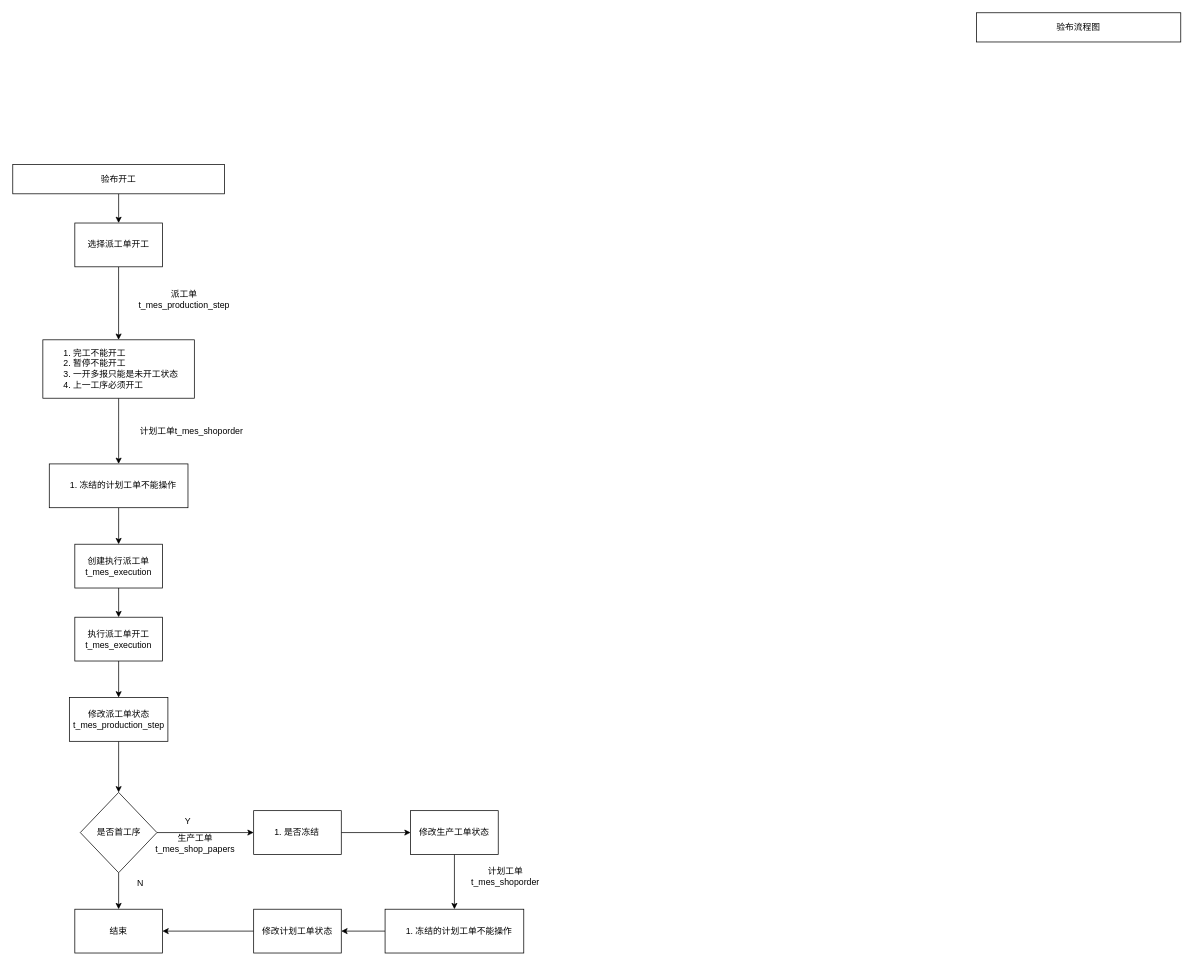
fan-ga/flowChart keeps this draw.io diagram as 验布流程图.drawio. Above is the earlier version. Source tidied: cells renumbered, new cells numbered last; positions are measured from the earlier drawing's top-left corner, leaving out a move shared by most shapes. Both pictures are drawn from the tidied source at 73%, with x=0, y=0 at pixel (12, 12).
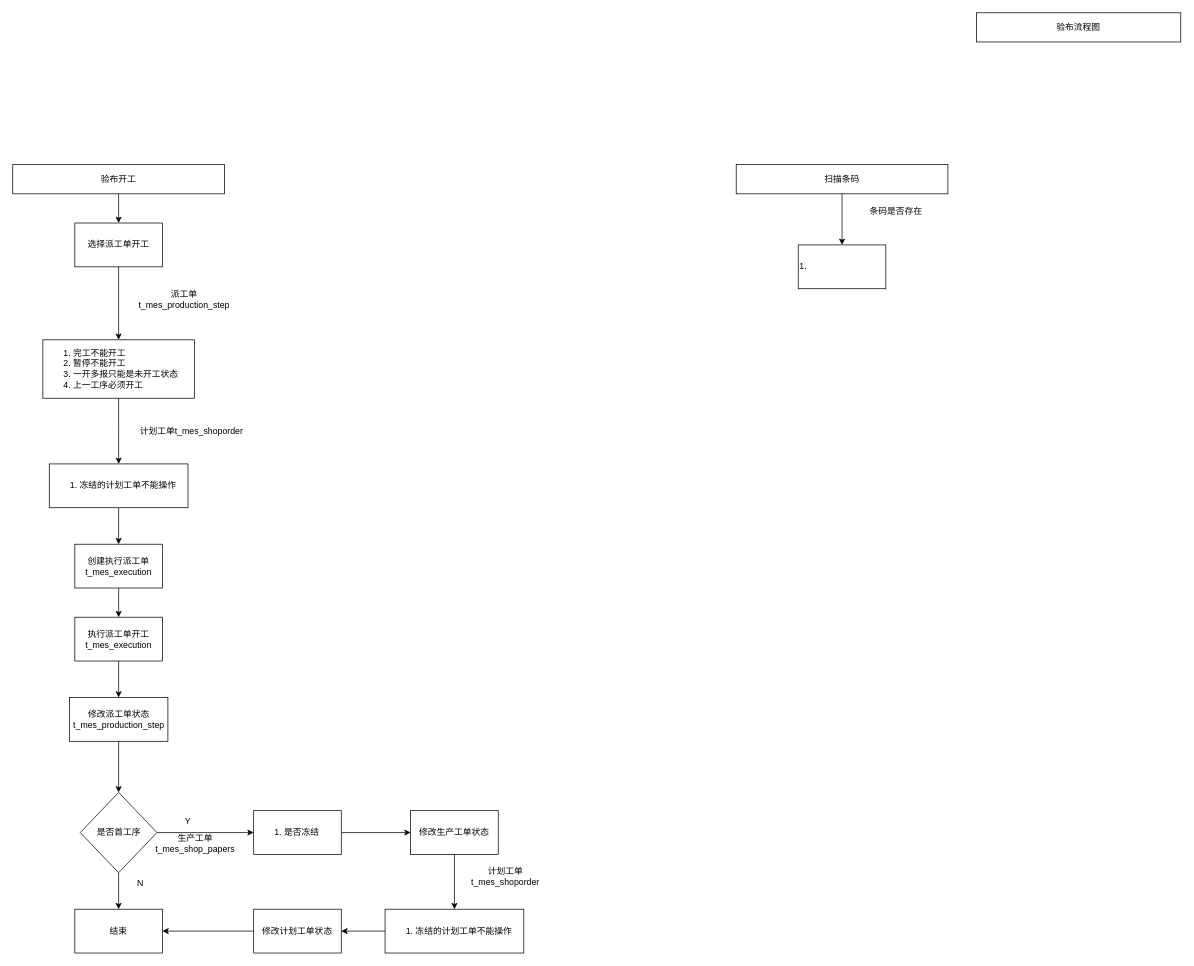
Above is the later version.

Commit message:
验布流程图

The edit, as a diff of the source:
```diff
@@
+    <mxCell id="35" style="edgeStyle=orthogonalEdgeStyle;rounded=0;jettySize=auto;html=1;fontSize=12;" parent="1" edge="1" source="36" target="37">
+      <mxGeometry relative="1" as="geometry" />
+    </mxCell>
+    <mxCell id="36" value="扫描条码" style="rounded=0;whiteSpace=wrap;html=1;" parent="1" vertex="1">
+      <mxGeometry x="991" y="208" width="290" height="40" as="geometry" />
+    </mxCell>
+    <mxCell id="37" value="1." style="whiteSpace=wrap;html=1;rounded=0;align=left;" parent="1" vertex="1">
+      <mxGeometry x="1076" y="318" width="120" height="60" as="geometry" />
+    </mxCell>
+    <mxCell id="38" value="条码是否存在" style="text;html=1;strokeColor=none;fillColor=none;align=center;verticalAlign=middle;whiteSpace=wrap;rounded=0;fontSize=12;" parent="1" vertex="1">
+      <mxGeometry x="1140" y="257" width="140" height="30" as="geometry" />
+    </mxCell>
```
